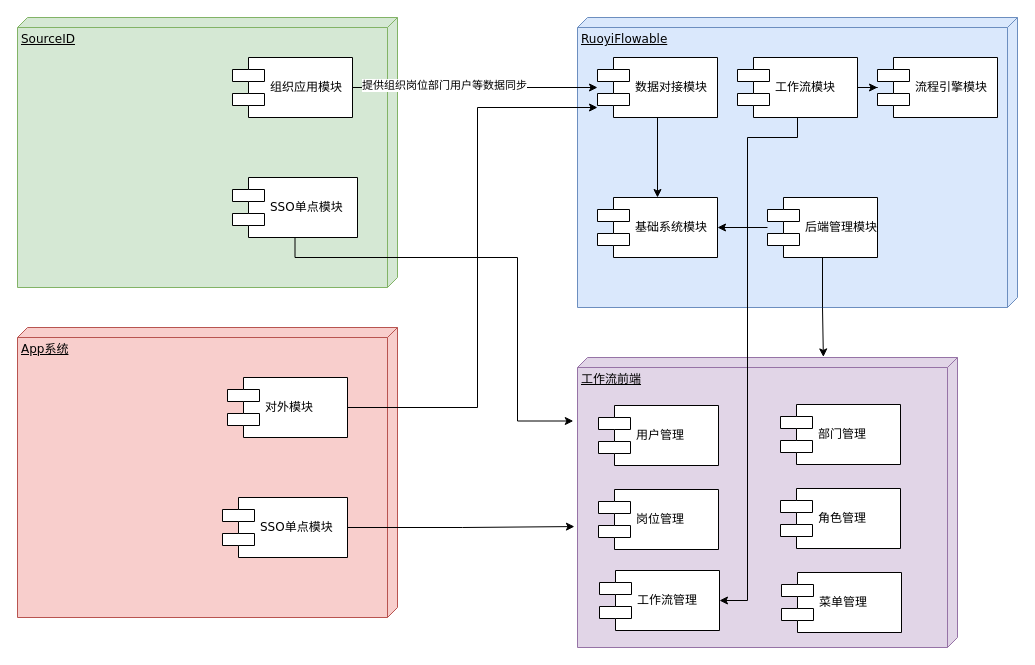
Before: Untitled Diagram.drawio in evilbinary/data, a draw.io diagram. Source tidied: cells renumbered, new cells numbered last; positions are measured from the earlier drawing's top-left corner, leaving out a move shared by most shapes. Both pictures are drawn from the tidied source at 100%, with x=0, y=0 at pixel (17, 17).
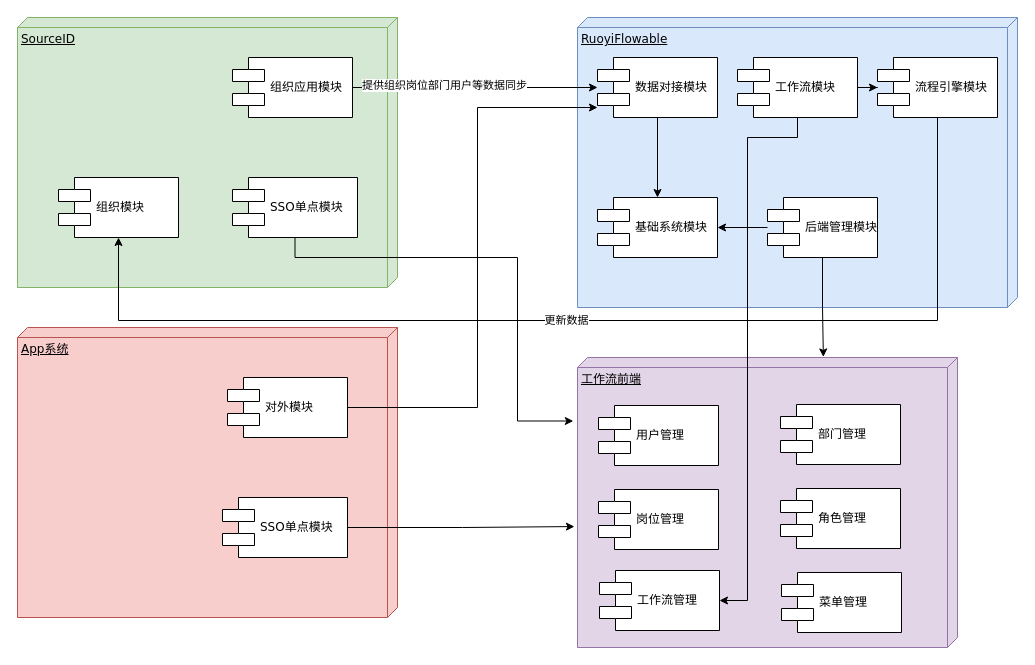
The same diagram, later.

Unchanged cells that the change refers to:
```xml
<mxCell id="25" value="流程引擎模块" style="shape=component;align=left;spacingLeft=36;rounded=0;shadow=0;comic=0;labelBackgroundColor=none;strokeWidth=1;fontFamily=Verdana;fontSize=12;html=1;" parent="1" vertex="1">
  <mxGeometry x="860" y="40" width="120" height="60" as="geometry" />
</mxCell>
```

Diff of the diagram source:
```diff
@@
+    <mxCell id="32" value="组织模块" style="shape=component;align=left;spacingLeft=36;rounded=0;shadow=0;comic=0;labelBackgroundColor=none;strokeWidth=1;fontFamily=Verdana;fontSize=12;html=1;" parent="1" vertex="1">
+      <mxGeometry x="41" y="160" width="120" height="60" as="geometry" />
+    </mxCell>
+    <mxCell id="33" style="edgeStyle=orthogonalEdgeStyle;rounded=0;jettySize=auto;html=1;exitX=0.5;exitY=1;exitDx=0;exitDy=0;" parent="1" edge="1" source="25" target="32">
+      <mxGeometry relative="1" as="geometry">
+        <Array as="points">
+          <mxPoint x="920" y="303" />
+          <mxPoint x="101" y="303" />
+        </Array>
+      </mxGeometry>
+    </mxCell>
+    <mxCell id="34" value="更新数据" style="edgeLabel;html=1;align=center;verticalAlign=middle;" parent="33" vertex="1">
+      <mxGeometry x="0.04" y="-1" relative="1" as="geometry" />
+    </mxCell>
```
